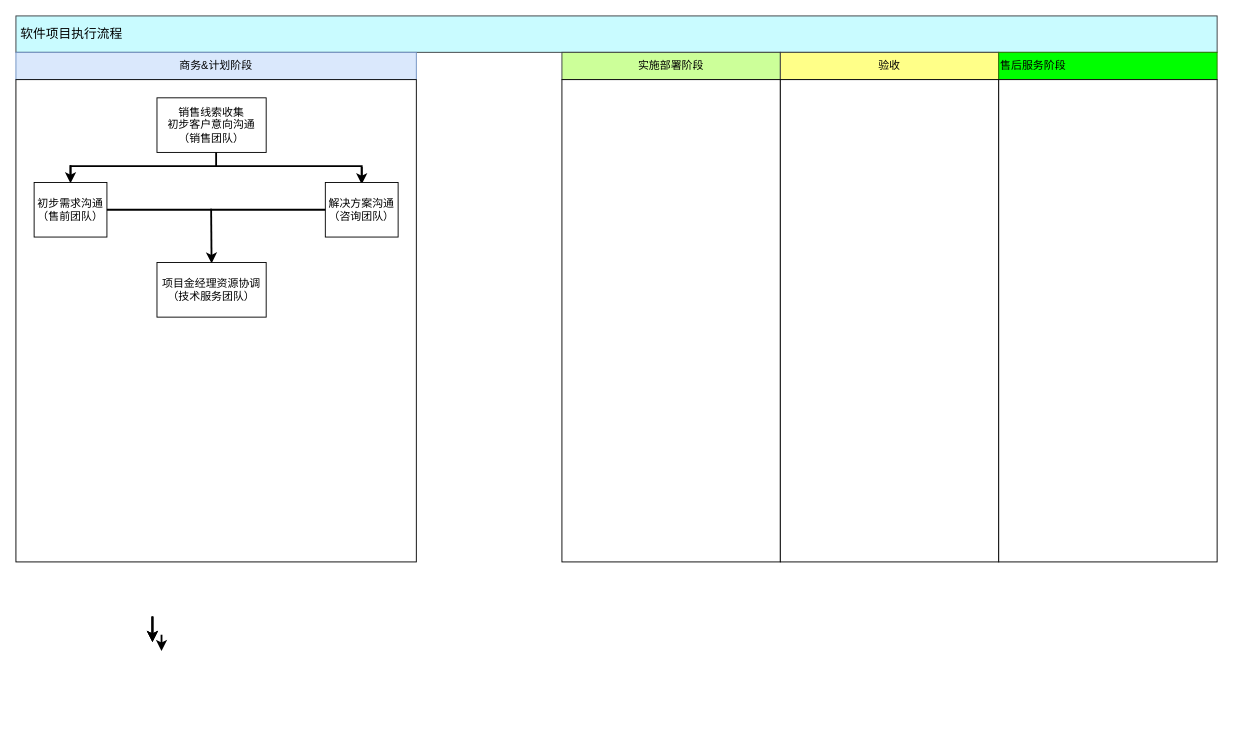
Earlier version of the draw.io diagram 未命名绘图.drawio (pingxinerlun/Demo). Source tidied: cells renumbered, new cells numbered last; positions are measured from the earlier drawing's top-left corner, leaving out a move shared by most shapes. Both pictures are drawn from the tidied source at 91%, with x=0, y=0 at pixel (15, 15).
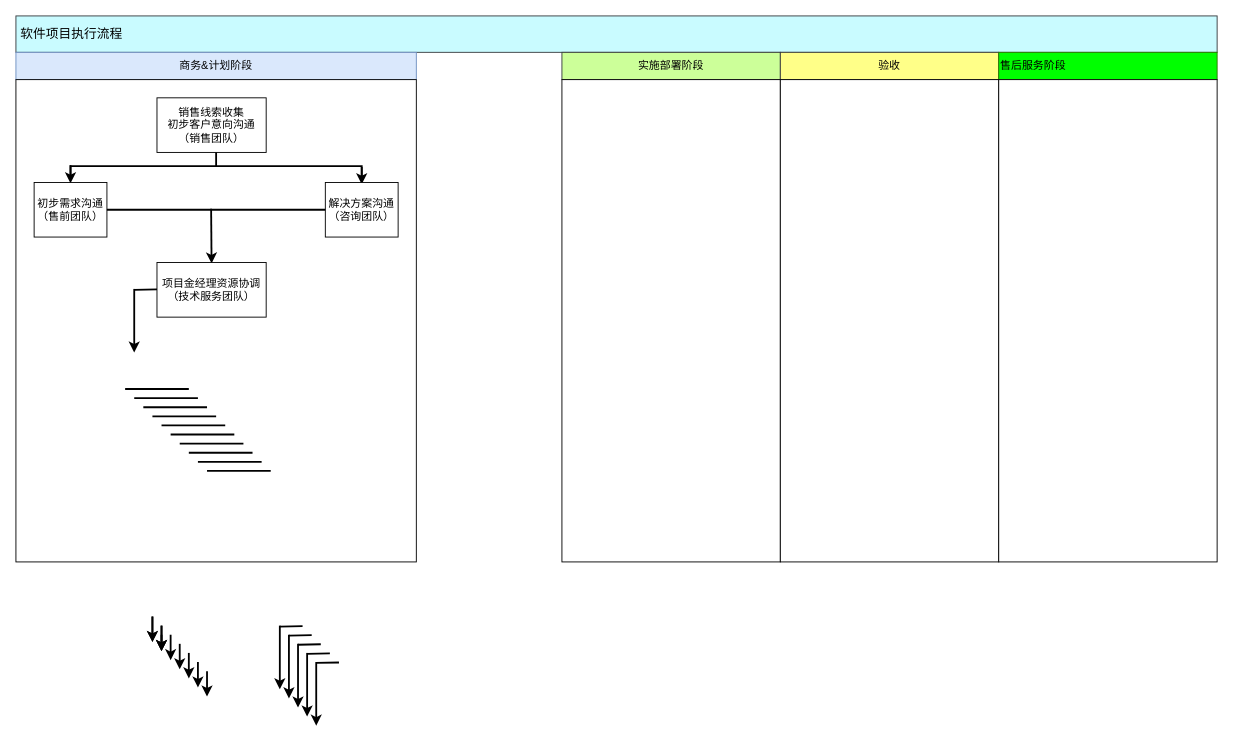
After the change.

What changed in the source:
```diff
@@
     <mxCell id="22" style="endArrow=classic;html=1;endSize=6;strokeWidth=2;" parent="1" edge="1">
       <mxGeometry relative="1" as="geometry">
-        <mxPoint x="150" y="660" as="sourcePoint" />
-        <mxPoint x="150" y="688" as="targetPoint" />
+        <mxPoint x="130" y="300" as="sourcePoint" />
+        <mxPoint x="130" y="370" as="targetPoint" />
       </mxGeometry>
     </mxCell>
@@
+    <mxCell id="24" style="endArrow=classic;html=1;endSize=6;strokeWidth=2;" parent="1" edge="1">
+      <mxGeometry relative="1" as="geometry">
+        <mxPoint x="160" y="670" as="sourcePoint" />
+        <mxPoint x="160" y="698" as="targetPoint" />
+      </mxGeometry>
+    </mxCell>
+    <mxCell id="25" style="endArrow=classic;html=1;endSize=6;strokeWidth=2;" parent="1" edge="1">
+      <mxGeometry relative="1" as="geometry">
+        <mxPoint x="170" y="680" as="sourcePoint" />
+        <mxPoint x="170" y="708" as="targetPoint" />
+      </mxGeometry>
+    </mxCell>
+    <mxCell id="26" style="endArrow=classic;html=1;endSize=6;strokeWidth=2;" parent="1" edge="1">
+      <mxGeometry relative="1" as="geometry">
+        <mxPoint x="180" y="690" as="sourcePoint" />
+        <mxPoint x="180" y="718" as="targetPoint" />
+      </mxGeometry>
+    </mxCell>
+    <mxCell id="27" style="endArrow=classic;html=1;endSize=6;strokeWidth=2;" parent="1" edge="1">
+      <mxGeometry relative="1" as="geometry">
+        <mxPoint x="190" y="700" as="sourcePoint" />
+        <mxPoint x="190" y="728" as="targetPoint" />
+      </mxGeometry>
+    </mxCell>
+    <mxCell id="28" style="endArrow=classic;html=1;endSize=6;strokeWidth=2;" parent="1" edge="1">
+      <mxGeometry relative="1" as="geometry">
+        <mxPoint x="200" y="710" as="sourcePoint" />
+        <mxPoint x="200" y="738" as="targetPoint" />
+      </mxGeometry>
+    </mxCell>
+    <mxCell id="29" style="endArrow=classic;html=1;endSize=6;strokeWidth=2;" parent="1" edge="1">
+      <mxGeometry relative="1" as="geometry">
+        <mxPoint x="210" y="720" as="sourcePoint" />
+        <mxPoint x="210" y="748" as="targetPoint" />
+      </mxGeometry>
+    </mxCell>
+    <mxCell id="30" style="endArrow=none;html=1;strokeWidth=2;" parent="1" edge="1">
+      <mxGeometry relative="1" as="geometry">
+        <mxPoint x="130" y="301" as="sourcePoint" />
+        <mxPoint x="155" y="300.5" as="targetPoint" />
+      </mxGeometry>
+    </mxCell>
+    <mxCell id="31" style="endArrow=none;html=1;strokeWidth=2;" parent="1" edge="1">
+      <mxGeometry relative="1" as="geometry">
+        <mxPoint x="120" y="410" as="sourcePoint" />
+        <mxPoint x="190" y="410" as="targetPoint" />
+      </mxGeometry>
+    </mxCell>
+    <mxCell id="32" style="endArrow=none;html=1;strokeWidth=2;" parent="1" edge="1">
+      <mxGeometry relative="1" as="geometry">
+        <mxPoint x="130" y="420" as="sourcePoint" />
+        <mxPoint x="200" y="420" as="targetPoint" />
+      </mxGeometry>
+    </mxCell>
+    <mxCell id="33" style="endArrow=none;html=1;strokeWidth=2;" parent="1" edge="1">
+      <mxGeometry relative="1" as="geometry">
+        <mxPoint x="140" y="430" as="sourcePoint" />
+        <mxPoint x="210" y="430" as="targetPoint" />
+      </mxGeometry>
+    </mxCell>
+    <mxCell id="34" style="endArrow=none;html=1;strokeWidth=2;" parent="1" edge="1">
+      <mxGeometry relative="1" as="geometry">
+        <mxPoint x="150" y="440" as="sourcePoint" />
+        <mxPoint x="220" y="440" as="targetPoint" />
+      </mxGeometry>
+    </mxCell>
+    <mxCell id="35" style="endArrow=none;html=1;strokeWidth=2;" parent="1" edge="1">
+      <mxGeometry relative="1" as="geometry">
+        <mxPoint x="160" y="450" as="sourcePoint" />
+        <mxPoint x="230" y="450" as="targetPoint" />
+      </mxGeometry>
+    </mxCell>
+    <mxCell id="36" style="endArrow=none;html=1;strokeWidth=2;" parent="1" edge="1">
+      <mxGeometry relative="1" as="geometry">
+        <mxPoint x="170" y="460" as="sourcePoint" />
+        <mxPoint x="240" y="460" as="targetPoint" />
+      </mxGeometry>
+    </mxCell>
+    <mxCell id="37" style="endArrow=none;html=1;strokeWidth=2;" parent="1" edge="1">
+      <mxGeometry relative="1" as="geometry">
+        <mxPoint x="180" y="470" as="sourcePoint" />
+        <mxPoint x="250" y="470" as="targetPoint" />
+      </mxGeometry>
+    </mxCell>
+    <mxCell id="38" style="endArrow=none;html=1;strokeWidth=2;" parent="1" edge="1">
+      <mxGeometry relative="1" as="geometry">
+        <mxPoint x="190" y="480" as="sourcePoint" />
+        <mxPoint x="260" y="480" as="targetPoint" />
+      </mxGeometry>
+    </mxCell>
+    <mxCell id="39" style="endArrow=none;html=1;strokeWidth=2;" parent="1" edge="1">
+      <mxGeometry relative="1" as="geometry">
+        <mxPoint x="200" y="490" as="sourcePoint" />
+        <mxPoint x="270" y="490" as="targetPoint" />
+      </mxGeometry>
+    </mxCell>
+    <mxCell id="40" style="endArrow=none;html=1;strokeWidth=2;" parent="1" edge="1">
+      <mxGeometry relative="1" as="geometry">
+        <mxPoint x="210" y="500" as="sourcePoint" />
+        <mxPoint x="280" y="500" as="targetPoint" />
+      </mxGeometry>
+    </mxCell>
+    <mxCell id="41" style="endArrow=classic;html=1;endSize=6;strokeWidth=2;" parent="1" edge="1">
+      <mxGeometry relative="1" as="geometry">
+        <mxPoint x="160" y="670" as="sourcePoint" />
+        <mxPoint x="160" y="698" as="targetPoint" />
+      </mxGeometry>
+    </mxCell>
+    <mxCell id="42" style="endArrow=classic;html=1;endSize=6;strokeWidth=2;" parent="1" edge="1">
+      <mxGeometry relative="1" as="geometry">
+        <mxPoint x="290" y="670" as="sourcePoint" />
+        <mxPoint x="290" y="740" as="targetPoint" />
+      </mxGeometry>
+    </mxCell>
+    <mxCell id="43" style="endArrow=none;html=1;strokeWidth=2;" parent="1" edge="1">
+      <mxGeometry relative="1" as="geometry">
+        <mxPoint x="290" y="671" as="sourcePoint" />
+        <mxPoint x="315" y="670.5" as="targetPoint" />
+      </mxGeometry>
+    </mxCell>
+    <mxCell id="44" style="endArrow=classic;html=1;endSize=6;strokeWidth=2;" parent="1" edge="1">
+      <mxGeometry relative="1" as="geometry">
+        <mxPoint x="300" y="680" as="sourcePoint" />
+        <mxPoint x="300" y="750" as="targetPoint" />
+      </mxGeometry>
+    </mxCell>
+    <mxCell id="45" style="endArrow=none;html=1;strokeWidth=2;" parent="1" edge="1">
+      <mxGeometry relative="1" as="geometry">
+        <mxPoint x="300" y="681" as="sourcePoint" />
+        <mxPoint x="325" y="680.5" as="targetPoint" />
+      </mxGeometry>
+    </mxCell>
+    <mxCell id="46" style="endArrow=classic;html=1;endSize=6;strokeWidth=2;" parent="1" edge="1">
+      <mxGeometry relative="1" as="geometry">
+        <mxPoint x="310" y="690" as="sourcePoint" />
+        <mxPoint x="310" y="760" as="targetPoint" />
+      </mxGeometry>
+    </mxCell>
+    <mxCell id="47" style="endArrow=none;html=1;strokeWidth=2;" parent="1" edge="1">
+      <mxGeometry relative="1" as="geometry">
+        <mxPoint x="310" y="691" as="sourcePoint" />
+        <mxPoint x="335" y="690.5" as="targetPoint" />
+      </mxGeometry>
+    </mxCell>
+    <mxCell id="48" style="endArrow=classic;html=1;endSize=6;strokeWidth=2;" parent="1" edge="1">
+      <mxGeometry relative="1" as="geometry">
+        <mxPoint x="320" y="700" as="sourcePoint" />
+        <mxPoint x="320" y="770" as="targetPoint" />
+      </mxGeometry>
+    </mxCell>
+    <mxCell id="49" style="endArrow=none;html=1;strokeWidth=2;" parent="1" edge="1">
+      <mxGeometry relative="1" as="geometry">
+        <mxPoint x="320" y="701" as="sourcePoint" />
+        <mxPoint x="345" y="700.5" as="targetPoint" />
+      </mxGeometry>
+    </mxCell>
+    <mxCell id="50" style="endArrow=classic;html=1;endSize=6;strokeWidth=2;" parent="1" edge="1">
+      <mxGeometry relative="1" as="geometry">
+        <mxPoint x="330" y="710" as="sourcePoint" />
+        <mxPoint x="330" y="780" as="targetPoint" />
+      </mxGeometry>
+    </mxCell>
+    <mxCell id="51" style="endArrow=none;html=1;strokeWidth=2;" parent="1" edge="1">
+      <mxGeometry relative="1" as="geometry">
+        <mxPoint x="330" y="711" as="sourcePoint" />
+        <mxPoint x="355" y="710.5" as="targetPoint" />
+      </mxGeometry>
+    </mxCell>
```
